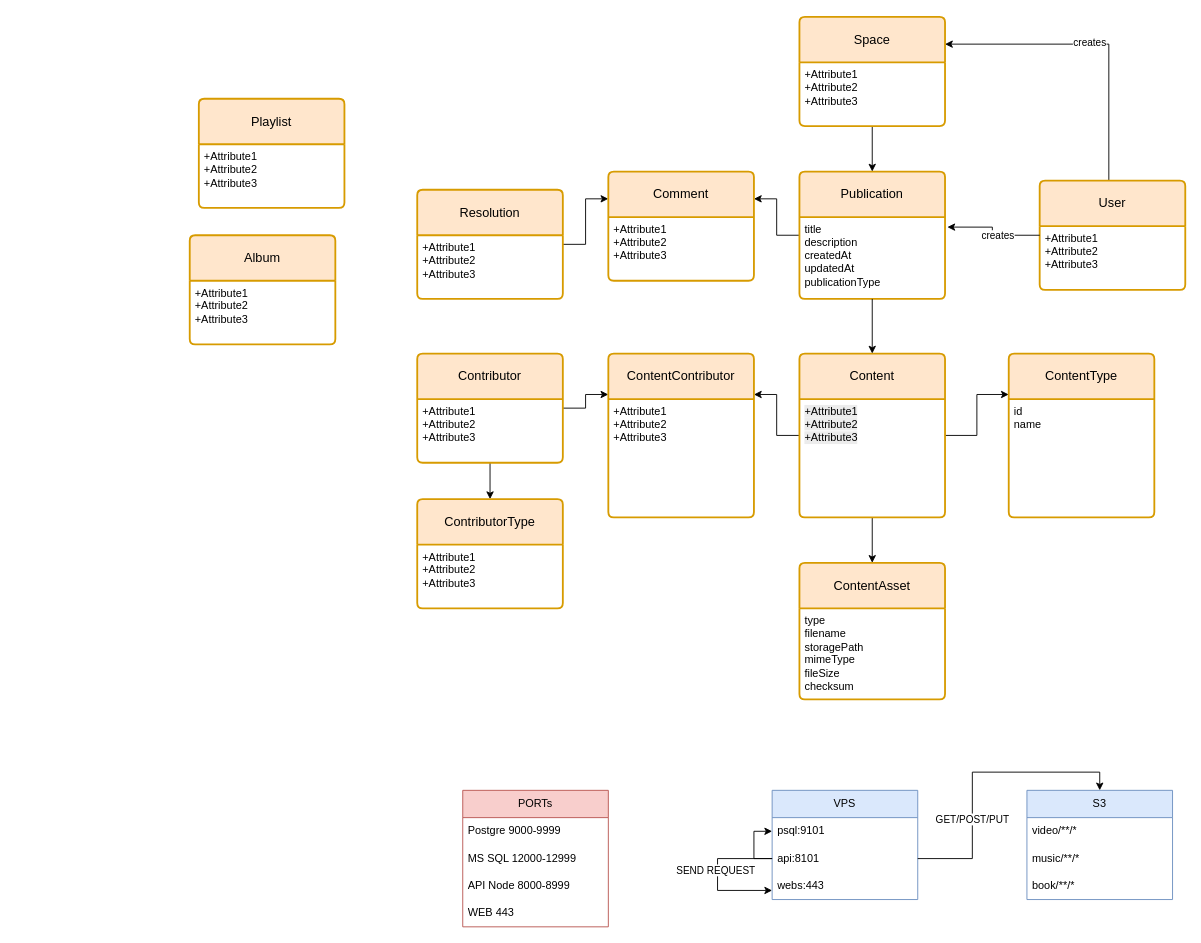
This is docs/diagrams/Architecture/MEC-ENTITY-01.drawio from mecorion/mecorion, a draw.io file, before an edit. Source tidied: cells renumbered, new cells numbered last; positions are measured from the earlier drawing's top-left corner, leaving out a move shared by most shapes. Both pictures are drawn from the tidied source at 91%, with x=0, y=0 at pixel (189, 16).
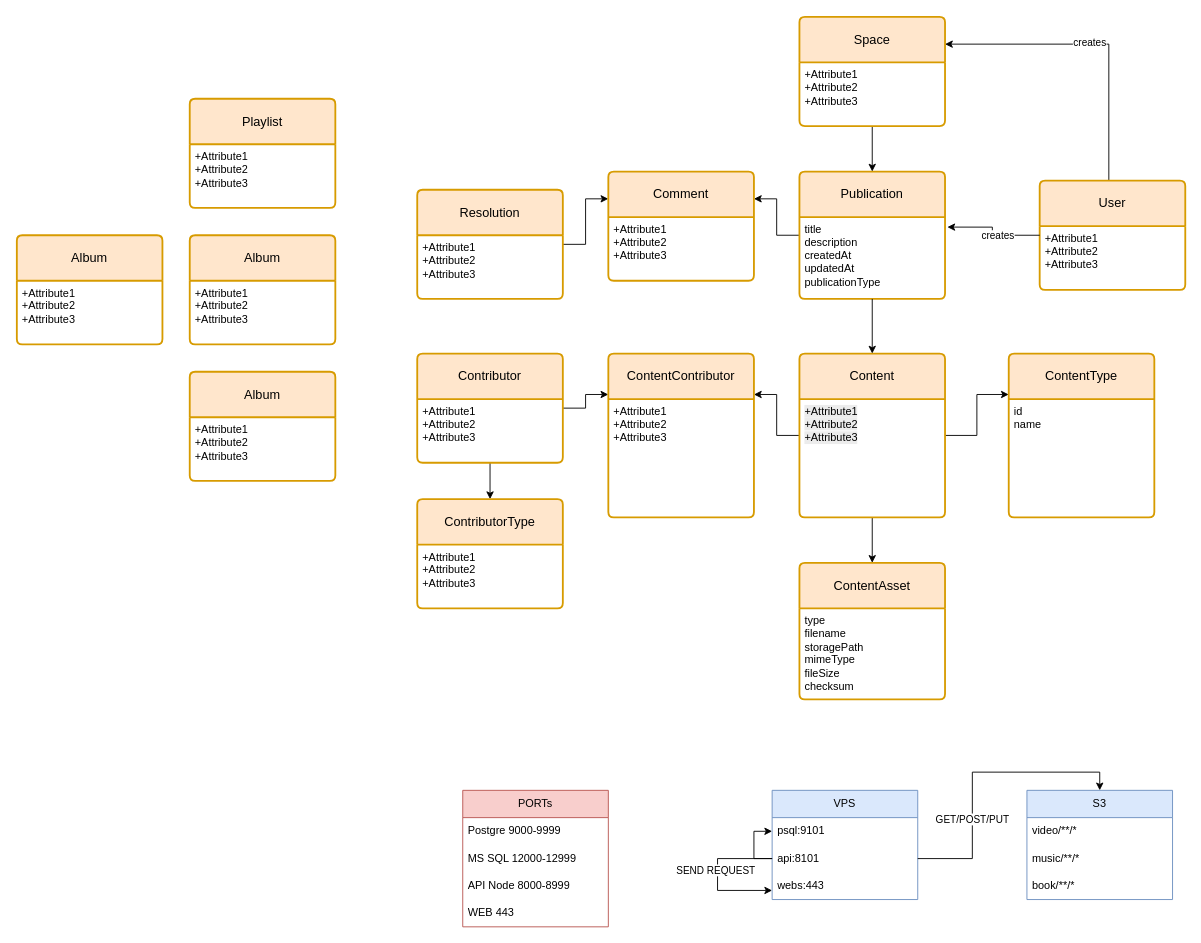
After the change.

Change to the diagram source:
```diff
@@
     <mxCell id="27" value="Playlist" style="swimlane;horizontal=1;startSize=50;rounded=1;fontSize=14;fontStyle=0;strokeWidth=2;shadow=0;dashed=0;align=center;arcSize=4;whiteSpace=wrap;html=1;fillColor=#ffe6cc;strokeColor=#d79b00;" parent="1" vertex="1">
-      <mxGeometry x="10" y="90" width="160" height="120" as="geometry" />
+      <mxGeometry y="90" width="160" height="120" as="geometry" />
     </mxCell>
@@
+    <mxCell id="59" value="Album" style="swimlane;horizontal=1;startSize=50;rounded=1;fontSize=14;fontStyle=0;strokeWidth=2;shadow=0;dashed=0;align=center;arcSize=4;whiteSpace=wrap;html=1;fillColor=#ffe6cc;strokeColor=#d79b00;" parent="1" vertex="1">
+      <mxGeometry y="390" width="160" height="120" as="geometry" />
+    </mxCell>
+    <mxCell id="60" value="+Attribute1&#10;+Attribute2&#10;+Attribute3" style="align=left;strokeColor=none;fillColor=none;spacingLeft=4;spacingRight=4;fontSize=12;verticalAlign=top;html=1;whiteSpace=wrap;" parent="59" vertex="1">
+      <mxGeometry y="50" width="160" height="70" as="geometry" />
+    </mxCell>
+    <mxCell id="61" value="Album" style="swimlane;horizontal=1;startSize=50;rounded=1;fontSize=14;fontStyle=0;strokeWidth=2;shadow=0;dashed=0;align=center;arcSize=4;whiteSpace=wrap;html=1;fillColor=#ffe6cc;strokeColor=#d79b00;" parent="1" vertex="1">
+      <mxGeometry x="-190" y="240" width="160" height="120" as="geometry" />
+    </mxCell>
+    <mxCell id="62" value="+Attribute1&#10;+Attribute2&#10;+Attribute3" style="align=left;strokeColor=none;fillColor=none;spacingLeft=4;spacingRight=4;fontSize=12;verticalAlign=top;html=1;whiteSpace=wrap;" parent="61" vertex="1">
+      <mxGeometry y="50" width="160" height="70" as="geometry" />
+    </mxCell>
```
